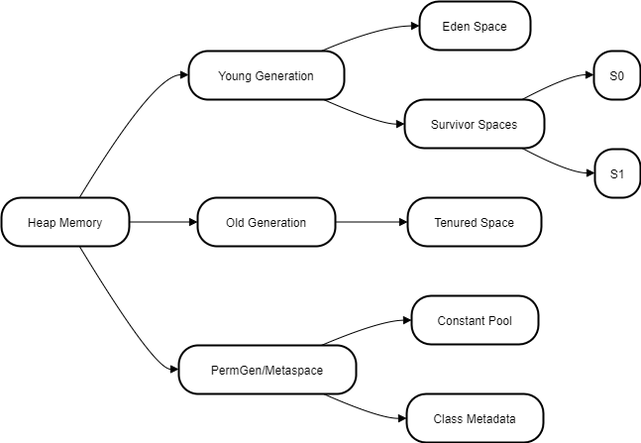
Earlier version of the draw.io export images/Untitled Diagram.drawio.png (Rath2601/core_java). Source tidied: cells renumbered, new cells last; positions are measured from the earlier drawing's top-left corner, leaving out a move shared by most shapes.
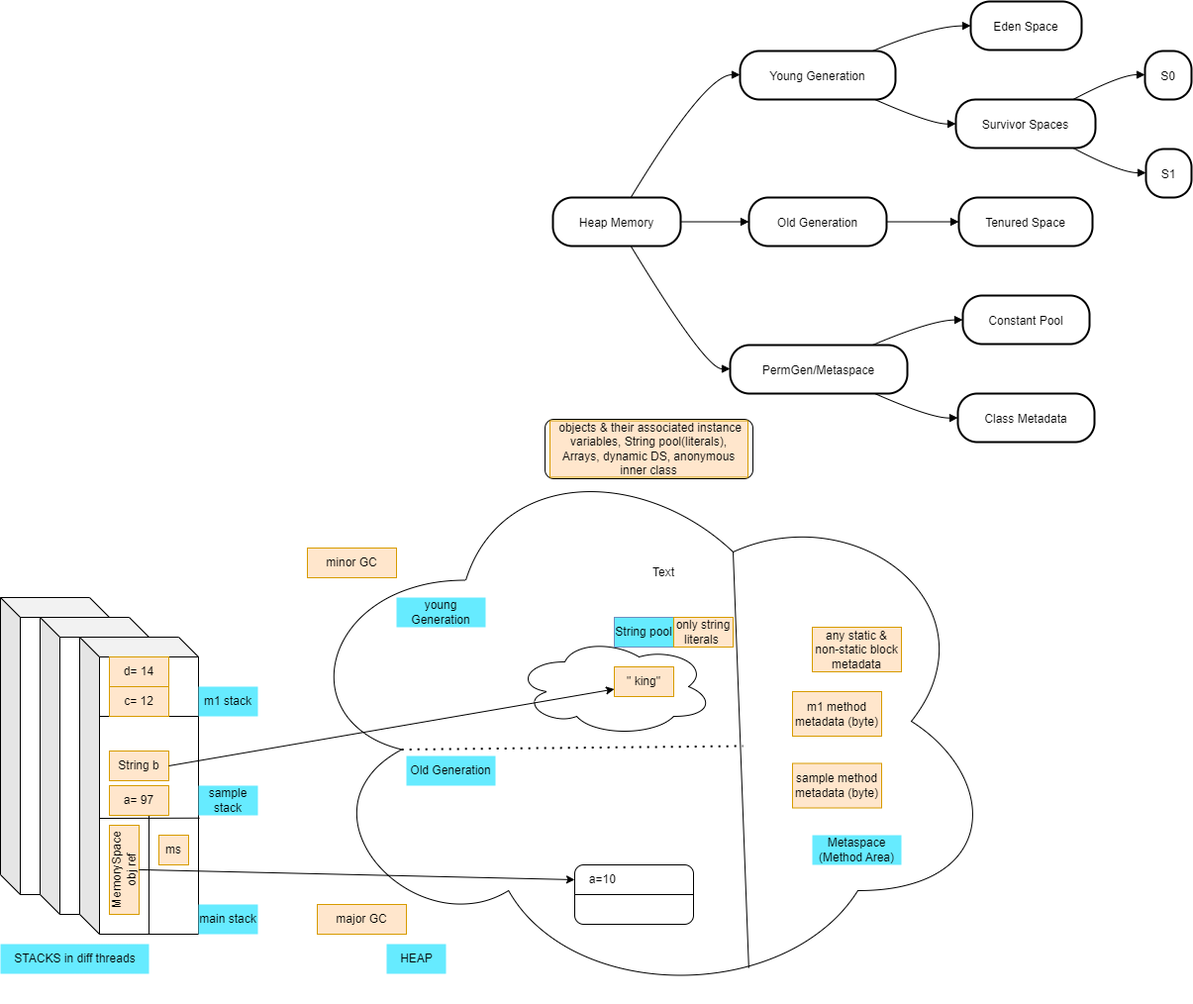
Later version of the same file.

What changed in the source:
```diff
@@ -97,5 +97,136 @@
         </Array>
       </mxGeometry>
     </mxCell>
+    <mxCell id="23" style="ellipse;shape=cloud;whiteSpace=wrap;html=1;" parent="1" vertex="1">
+      <mxGeometry x="-268" y="442" width="720" height="570" as="geometry" />
+    </mxCell>
+    <mxCell id="24" style="shape=cube;whiteSpace=wrap;html=1;boundedLbl=1;backgroundOutline=1;darkOpacity=0.05;darkOpacity2=0.1;" parent="1" vertex="1">
+      <mxGeometry x="-558" y="602" width="110" height="300" as="geometry" />
+    </mxCell>
+    <mxCell id="25" style="shape=cube;whiteSpace=wrap;html=1;boundedLbl=1;backgroundOutline=1;darkOpacity=0.05;darkOpacity2=0.1;" parent="1" vertex="1">
+      <mxGeometry x="-518" y="622" width="110" height="300" as="geometry" />
+    </mxCell>
+    <mxCell id="26" style="shape=cube;whiteSpace=wrap;html=1;boundedLbl=1;backgroundOutline=1;darkOpacity=0.05;darkOpacity2=0.1;" parent="1" vertex="1">
+      <mxGeometry x="-478" y="642" width="120" height="300" as="geometry" />
+    </mxCell>
+    <mxCell id="27" value="STACKS in diff threads" style="text;html=1;align=center;verticalAlign=middle;strokeColor=none;fillColor=#66EBFF;" parent="1" vertex="1">
+      <mxGeometry x="-558" y="952" width="150" height="30" as="geometry" />
+    </mxCell>
+    <mxCell id="28" value="HEAP" style="text;html=1;align=center;verticalAlign=middle;strokeColor=none;fillColor=#66EBFF;" parent="1" vertex="1">
+      <mxGeometry x="-168" y="952" width="60" height="30" as="geometry" />
+    </mxCell>
+    <mxCell id="29" style="endArrow=none;html=1;rounded=0;exitX=0.625;exitY=0.2;exitDx=0;exitDy=0;exitPerimeter=0;entryX=0.647;entryY=0.937;entryDx=0;entryDy=0;entryPerimeter=0;" parent="1" edge="1" source="23" target="23">
+      <mxGeometry relative="1" as="geometry" />
+    </mxCell>
+    <mxCell id="30" style="endArrow=none;dashed=1;html=1;dashPattern=1 3;strokeWidth=2;rounded=0;exitX=0.16;exitY=0.55;exitDx=0;exitDy=0;exitPerimeter=0;" parent="1" edge="1" source="23">
+      <mxGeometry relative="1" as="geometry">
+        <mxPoint x="192" y="752" as="targetPoint" />
+      </mxGeometry>
+    </mxCell>
+    <mxCell id="31" value="Metaspace&lt;br&gt;(Method Area)" style="text;html=1;align=center;verticalAlign=middle;whiteSpace=wrap;rounded=0;fillColor=#66EBFF;" parent="1" vertex="1">
+      <mxGeometry x="262" y="842" width="90" height="30" as="geometry" />
+    </mxCell>
+    <mxCell id="32" value="Old Generation" style="text;html=1;align=center;verticalAlign=middle;whiteSpace=wrap;rounded=0;fillColor=#66EBFF;" parent="1" vertex="1">
+      <mxGeometry x="-148" y="762" width="90" height="30" as="geometry" />
+    </mxCell>
+    <mxCell id="33" value="young Generation" style="text;html=1;align=center;verticalAlign=middle;whiteSpace=wrap;rounded=0;fillColor=#66EBFF;" parent="1" vertex="1">
+      <mxGeometry x="-158" y="602" width="90" height="30" as="geometry" />
+    </mxCell>
+    <mxCell id="34" value="minor GC" style="text;html=1;align=center;verticalAlign=middle;whiteSpace=wrap;rounded=0;fillColor=#ffe6cc;strokeColor=#d79b00;" parent="1" vertex="1">
+      <mxGeometry x="-248" y="552" width="90" height="30" as="geometry" />
+    </mxCell>
+    <mxCell id="35" value="major GC" style="text;html=1;align=center;verticalAlign=middle;whiteSpace=wrap;rounded=0;fillColor=#ffe6cc;strokeColor=#d79b00;" parent="1" vertex="1">
+      <mxGeometry x="-238" y="912" width="90" height="30" as="geometry" />
+    </mxCell>
+    <mxCell id="36" style="rounded=1;whiteSpace=wrap;html=1;" parent="1" vertex="1">
+      <mxGeometry x="22" y="872" width="120" height="60" as="geometry" />
+    </mxCell>
+    <mxCell id="37" style="endArrow=none;html=1;rounded=0;entryX=1;entryY=0.5;entryDx=0;entryDy=0;exitX=0;exitY=0.5;exitDx=0;exitDy=0;" parent="1" edge="1" source="36" target="36">
+      <mxGeometry relative="1" as="geometry" />
+    </mxCell>
+    <mxCell id="38" value="a=10&amp;nbsp;" style="text;html=1;align=center;verticalAlign=middle;whiteSpace=wrap;rounded=0;" parent="1" vertex="1">
+      <mxGeometry x="22" y="872" width="60" height="30" as="geometry" />
+    </mxCell>
+    <mxCell id="39" style="ellipse;shape=cloud;whiteSpace=wrap;html=1;" parent="1" vertex="1">
+      <mxGeometry x="-38" y="642" width="200" height="100" as="geometry" />
+    </mxCell>
+    <mxCell id="40" value="String pool" style="text;html=1;align=center;verticalAlign=middle;whiteSpace=wrap;rounded=0;fillColor=#66EBFF;strokeColor=#6c8ebf;" parent="1" vertex="1">
+      <mxGeometry x="62" y="622" width="60" height="30" as="geometry" />
+    </mxCell>
+    <mxCell id="41" style="endArrow=none;html=1;rounded=0;entryX=1.008;entryY=0.609;entryDx=0;entryDy=0;entryPerimeter=0;" parent="1" edge="1" target="26">
+      <mxGeometry relative="1" as="geometry">
+        <mxPoint x="-458" y="825" as="sourcePoint" />
+      </mxGeometry>
+    </mxCell>
+    <mxCell id="42" style="endArrow=none;html=1;rounded=0;exitX=0;exitY=0;exitDx=70;exitDy=300;exitPerimeter=0;" parent="1" edge="1" source="26">
+      <mxGeometry relative="1" as="geometry">
+        <mxPoint x="-408" y="822" as="targetPoint" />
+      </mxGeometry>
+    </mxCell>
+    <mxCell id="43" value="MemorySpace obj ref" style="text;html=1;align=center;verticalAlign=middle;whiteSpace=wrap;rounded=0;rotation=-90;fillColor=#ffe6cc;strokeColor=#d79b00;" parent="1" vertex="1">
+      <mxGeometry x="-478" y="862" width="90" height="30" as="geometry" />
+    </mxCell>
+    <mxCell id="44" style="endArrow=classic;html=1;rounded=0;entryX=0;entryY=0.5;entryDx=0;entryDy=0;" parent="1" edge="1" target="38">
+      <mxGeometry relative="1" as="geometry">
+        <mxPoint x="-418" y="876.9" as="sourcePoint" />
+      </mxGeometry>
+    </mxCell>
+    <mxCell id="45" value="ms" style="text;html=1;align=center;verticalAlign=middle;whiteSpace=wrap;rounded=0;fillColor=#ffe6cc;strokeColor=#d79b00;" parent="1" vertex="1">
+      <mxGeometry x="-398" y="842" width="30" height="30" as="geometry" />
+    </mxCell>
+    <mxCell id="46" style="endArrow=none;html=1;rounded=0;" parent="1" edge="1">
+      <mxGeometry relative="1" as="geometry">
+        <mxPoint x="-458" y="722" as="sourcePoint" />
+        <mxPoint x="-358" y="722" as="targetPoint" />
+      </mxGeometry>
+    </mxCell>
+    <mxCell id="47" value="a= 97" style="text;html=1;align=center;verticalAlign=middle;whiteSpace=wrap;rounded=0;fillColor=#ffe6cc;strokeColor=#d79b00;" parent="1" vertex="1">
+      <mxGeometry x="-448" y="792" width="60" height="30" as="geometry" />
+    </mxCell>
+    <mxCell id="48" value="String b" style="text;html=1;align=center;verticalAlign=middle;whiteSpace=wrap;rounded=0;fillColor=#ffe6cc;strokeColor=#d79b00;" parent="1" vertex="1">
+      <mxGeometry x="-448" y="757" width="60" height="30" as="geometry" />
+    </mxCell>
+    <mxCell id="49" value="&quot; king&quot;" style="text;html=1;align=center;verticalAlign=middle;whiteSpace=wrap;rounded=0;fillColor=#ffe6cc;strokeColor=#d79b00;" parent="1" vertex="1">
+      <mxGeometry x="62" y="672" width="60" height="30" as="geometry" />
+    </mxCell>
+    <mxCell id="50" style="endArrow=classic;html=1;rounded=0;entryX=0;entryY=0.75;entryDx=0;entryDy=0;exitX=1;exitY=0.5;exitDx=0;exitDy=0;" parent="1" edge="1" source="48" target="49">
+      <mxGeometry relative="1" as="geometry" />
+    </mxCell>
+    <mxCell id="51" value="sample stack" style="text;html=1;align=center;verticalAlign=middle;whiteSpace=wrap;rounded=0;fillColor=#66EBFF;" parent="1" vertex="1">
+      <mxGeometry x="-358" y="792" width="60" height="30" as="geometry" />
+    </mxCell>
+    <mxCell id="52" value="m1 stack" style="text;html=1;align=center;verticalAlign=middle;whiteSpace=wrap;rounded=0;fillColor=#66EBFF;" parent="1" vertex="1">
+      <mxGeometry x="-358" y="692" width="60" height="30" as="geometry" />
+    </mxCell>
+    <mxCell id="53" value="main stack" style="text;html=1;align=center;verticalAlign=middle;whiteSpace=wrap;rounded=0;fillColor=#66EBFF;" parent="1" vertex="1">
+      <mxGeometry x="-358" y="912" width="60" height="30" as="geometry" />
+    </mxCell>
+    <mxCell id="54" value="d= 14" style="text;html=1;align=center;verticalAlign=middle;whiteSpace=wrap;rounded=0;fillColor=#ffe6cc;strokeColor=#d79b00;" parent="1" vertex="1">
+      <mxGeometry x="-448" y="662" width="60" height="30" as="geometry" />
+    </mxCell>
+    <mxCell id="55" value="c= 12" style="text;html=1;align=center;verticalAlign=middle;whiteSpace=wrap;rounded=0;fillColor=#ffe6cc;strokeColor=#d79b00;" parent="1" vertex="1">
+      <mxGeometry x="-448" y="692" width="60" height="30" as="geometry" />
+    </mxCell>
+    <mxCell id="56" value="sample method metadata (byte)" style="text;html=1;align=center;verticalAlign=middle;whiteSpace=wrap;rounded=0;fillColor=#ffe6cc;strokeColor=#d79b00;" parent="1" vertex="1">
+      <mxGeometry x="242" y="769.5" width="90" height="45" as="geometry" />
+    </mxCell>
+    <mxCell id="57" value="m1 method metadata (byte)" style="text;html=1;align=center;verticalAlign=middle;whiteSpace=wrap;rounded=0;fillColor=#ffe6cc;strokeColor=#d79b00;" parent="1" vertex="1">
+      <mxGeometry x="242" y="697" width="90" height="45" as="geometry" />
+    </mxCell>
+    <mxCell id="58" value="any static &amp;amp; non-static block metadata" style="text;html=1;align=center;verticalAlign=middle;whiteSpace=wrap;rounded=0;fillColor=#ffe6cc;strokeColor=#d79b00;" parent="1" vertex="1">
+      <mxGeometry x="262" y="632" width="90" height="45" as="geometry" />
+    </mxCell>
+    <mxCell id="59" value="only string literals&amp;nbsp;" style="text;html=1;align=center;verticalAlign=middle;whiteSpace=wrap;rounded=0;fillColor=#ffe6cc;strokeColor=#d79b00;" parent="1" vertex="1">
+      <mxGeometry x="122" y="622" width="60" height="30" as="geometry" />
+    </mxCell>
+    <mxCell id="60" style="rounded=1;whiteSpace=wrap;html=1;" parent="1" vertex="1">
+      <mxGeometry x="-8" y="422" width="210" height="60" as="geometry" />
+    </mxCell>
+    <mxCell id="61" value="Text" style="text;html=1;align=center;verticalAlign=middle;whiteSpace=wrap;rounded=0;" parent="1" vertex="1">
+      <mxGeometry x="82" y="562" width="60" height="30" as="geometry" />
+    </mxCell>
+    <mxCell id="62" value="&amp;nbsp;objects &amp;amp; their associated instance variables, String pool(literals), Arrays, dynamic DS, anonymous inner class" style="text;html=1;align=center;verticalAlign=middle;whiteSpace=wrap;rounded=0;fillColor=#ffe6cc;strokeColor=#d79b00;" parent="1" vertex="1">
+      <mxGeometry x="-3" y="423.5" width="200" height="57" as="geometry" />
+    </mxCell>
   </root>
 </mxGraphModel>
```
